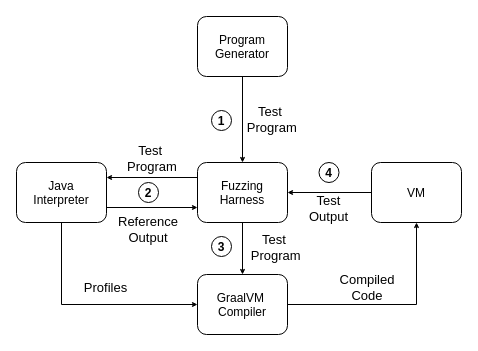
This is page "architecture-noicons" (5 of 9) of figures/drawio/lool.drawio from fberlakovich/dissertation, a draw.io file, before an edit. Source tidied: cells renumbered, new cells numbered last; positions are measured from the earlier drawing's top-left corner, leaving out a move shared by most shapes. Both pictures are drawn from the tidied source at 100%, with x=0, y=0 at pixel (16, 16).
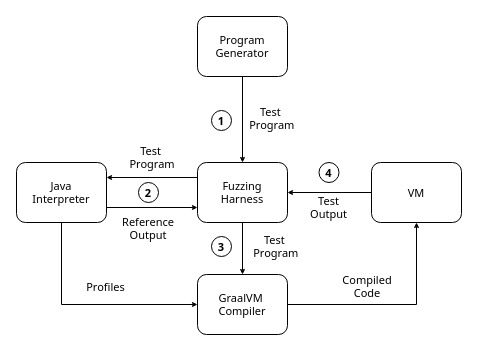
After the change.

Diff of the diagram source:
```diff
@@
-    <mxCell id="2" style="edgeStyle=orthogonalEdgeStyle;rounded=0;jettySize=auto;exitX=1;exitY=0.5;exitDx=0;exitDy=0;entryX=0.5;entryY=1;entryDx=0;entryDy=0;fontFamily=Fira Sans;fontSize=12;fontColor=default;endSize=3;" parent="1" edge="1" source="3" target="17">
+    <mxCell id="2" style="edgeStyle=orthogonalEdgeStyle;rounded=0;jettySize=auto;exitX=1;exitY=0.5;exitDx=0;exitDy=0;entryX=0.5;entryY=1;entryDx=0;entryDy=0;fontFamily=Noto Sans;fontSize=11;fontColor=default;endSize=3;" parent="1" edge="1" source="3" target="17">
       <mxGeometry relative="1" as="geometry" />
     </mxCell>
-    <mxCell id="3" value="GraalVM &#10;Compiler" style="rounded=1;fillColor=none;fontFamily=Fira Sans;" parent="1" vertex="1">
+    <mxCell id="3" value="GraalVM &#10;Compiler" style="rounded=1;fillColor=none;fontFamily=Noto Sans;fontSize=11;" parent="1" vertex="1">
       <mxGeometry x="181" y="258" width="90" height="60" as="geometry" />
     </mxCell>
-    <mxCell id="4" style="edgeStyle=orthogonalEdgeStyle;rounded=0;jettySize=auto;exitX=0.5;exitY=1;exitDx=0;exitDy=0;entryX=0.5;entryY=0;entryDx=0;entryDy=0;fontFamily=Fira Sans;fontSize=12;fontColor=default;endSize=3;startSize=3;" parent="1" edge="1" source="7" target="3">
+    <mxCell id="4" style="edgeStyle=orthogonalEdgeStyle;rounded=0;jettySize=auto;exitX=0.5;exitY=1;exitDx=0;exitDy=0;entryX=0.5;entryY=0;entryDx=0;entryDy=0;fontFamily=Noto Sans;fontSize=11;fontColor=default;endSize=3;startSize=3;" parent="1" edge="1" source="7" target="3">
       <mxGeometry relative="1" as="geometry" />
     </mxCell>
-    <mxCell id="5" style="edgeStyle=orthogonalEdgeStyle;rounded=0;jettySize=auto;exitX=0;exitY=0.25;exitDx=0;exitDy=0;entryX=1;entryY=0.25;entryDx=0;entryDy=0;fontFamily=Fira Sans;fontSize=12;fontColor=default;endSize=3;" parent="1" edge="1" source="7" target="12">
+    <mxCell id="5" style="edgeStyle=orthogonalEdgeStyle;rounded=0;jettySize=auto;exitX=0;exitY=0.25;exitDx=0;exitDy=0;entryX=1;entryY=0.25;entryDx=0;entryDy=0;fontFamily=Noto Sans;fontSize=11;fontColor=default;endSize=3;" parent="1" edge="1" source="7" target="12">
       <mxGeometry relative="1" as="geometry" />
     </mxCell>
-    <mxCell id="6" style="edgeStyle=orthogonalEdgeStyle;rounded=0;jettySize=auto;exitX=0;exitY=0.5;exitDx=0;exitDy=0;entryX=1;entryY=0.5;entryDx=0;entryDy=0;fontFamily=Fira Sans;fontSize=12;fontColor=default;endSize=3;startSize=3;" parent="1" edge="1" source="17" target="7">
+    <mxCell id="6" style="edgeStyle=orthogonalEdgeStyle;rounded=0;jettySize=auto;exitX=0;exitY=0.5;exitDx=0;exitDy=0;entryX=1;entryY=0.5;entryDx=0;entryDy=0;fontFamily=Noto Sans;fontSize=11;fontColor=default;endSize=3;startSize=3;" parent="1" edge="1" source="17" target="7">
       <mxGeometry relative="1" as="geometry" />
     </mxCell>
-    <mxCell id="7" value="Fuzzing&#10;Harness" style="rounded=1;fillColor=none;fontFamily=Fira Sans;" parent="1" vertex="1">
+    <mxCell id="7" value="Fuzzing&#10;Harness" style="rounded=1;fillColor=none;fontFamily=Noto Sans;fontSize=11;" parent="1" vertex="1">
       <mxGeometry x="181" y="146" width="90" height="60" as="geometry" />
     </mxCell>
-    <mxCell id="8" style="edgeStyle=orthogonalEdgeStyle;rounded=0;jettySize=auto;exitX=0.5;exitY=1;exitDx=0;exitDy=0;entryX=0.5;entryY=0;entryDx=0;entryDy=0;fontFamily=Fira Sans;fontSize=12;fontColor=default;endSize=3;startSize=3;" parent="1" edge="1" source="9" target="7">
+    <mxCell id="8" style="edgeStyle=orthogonalEdgeStyle;rounded=0;jettySize=auto;exitX=0.5;exitY=1;exitDx=0;exitDy=0;entryX=0.5;entryY=0;entryDx=0;entryDy=0;fontFamily=Noto Sans;fontSize=11;fontColor=default;endSize=3;startSize=3;" parent="1" edge="1" source="9" target="7">
       <mxGeometry relative="1" as="geometry" />
     </mxCell>
-    <mxCell id="9" value="Program&#10;Generator" style="rounded=1;fillColor=none;fontFamily=Fira Sans;" parent="1" vertex="1">
+    <mxCell id="9" value="Program&#10;Generator" style="rounded=1;fillColor=none;fontFamily=Noto Sans;fontSize=11;" parent="1" vertex="1">
       <mxGeometry x="181" width="90" height="60" as="geometry" />
     </mxCell>
-    <mxCell id="10" style="edgeStyle=orthogonalEdgeStyle;rounded=0;jettySize=auto;exitX=1;exitY=0.75;exitDx=0;exitDy=0;entryX=0;entryY=0.75;entryDx=0;entryDy=0;fontFamily=Fira Sans;fontSize=12;fontColor=default;endSize=3;" parent="1" edge="1" source="12" target="7">
+    <mxCell id="10" style="edgeStyle=orthogonalEdgeStyle;rounded=0;jettySize=auto;exitX=1;exitY=0.75;exitDx=0;exitDy=0;entryX=0;entryY=0.75;entryDx=0;entryDy=0;fontFamily=Noto Sans;fontSize=11;fontColor=default;endSize=3;" parent="1" edge="1" source="12" target="7">
       <mxGeometry relative="1" as="geometry" />
     </mxCell>
-    <mxCell id="11" style="edgeStyle=orthogonalEdgeStyle;rounded=0;jettySize=auto;exitX=0.5;exitY=1;exitDx=0;exitDy=0;entryX=0;entryY=0.5;entryDx=0;entryDy=0;fontFamily=Fira Sans;fontSize=12;fontColor=default;endSize=3;" parent="1" edge="1" source="12" target="3">
+    <mxCell id="11" style="edgeStyle=orthogonalEdgeStyle;rounded=0;jettySize=auto;exitX=0.5;exitY=1;exitDx=0;exitDy=0;entryX=0;entryY=0.5;entryDx=0;entryDy=0;fontFamily=Noto Sans;fontSize=11;fontColor=default;endSize=3;" parent="1" edge="1" source="12" target="3">
       <mxGeometry relative="1" as="geometry" />
     </mxCell>
-    <mxCell id="12" value="Java&#10;Interpreter" style="rounded=1;fillColor=none;fontFamily=Fira Sans;" parent="1" vertex="1">
+    <mxCell id="12" value="Java&#10;Interpreter" style="rounded=1;fillColor=none;fontFamily=Noto Sans;fontSize=11;" parent="1" vertex="1">
       <mxGeometry y="146" width="90" height="60" as="geometry" />
     </mxCell>
-    <mxCell id="13" value="Reference&#10;Output" style="text;align=center;verticalAlign=middle;rounded=0;fontFamily=Fira Sans;fontSize=13;" parent="1" vertex="1">
+    <mxCell id="13" value="Reference&#10;Output" style="text;align=center;verticalAlign=middle;rounded=0;fontFamily=Noto Sans;fontSize=11;" parent="1" vertex="1">
       <mxGeometry x="89" y="197" width="86" height="30" as="geometry" />
     </mxCell>
-    <mxCell id="14" value="1" style="ellipse;rounded=0;align=center;verticalAlign=middle;fontFamily=Fira Sans;fontSize=12;fontColor=default;fillColor=none;gradientColor=none;fontStyle=1;" parent="1" vertex="1">
+    <mxCell id="14" value="1" style="ellipse;rounded=0;align=center;verticalAlign=middle;fontFamily=Noto Sans;fontSize=11;fontColor=default;fillColor=none;gradientColor=none;fontStyle=1;" parent="1" vertex="1">
       <mxGeometry x="195" y="94" width="20" height="20" as="geometry" />
     </mxCell>
-    <mxCell id="15" value="2" style="ellipse;rounded=0;align=center;verticalAlign=middle;fontFamily=Fira Sans;fontSize=12;fontColor=default;fillColor=none;gradientColor=none;fontStyle=1;" parent="1" vertex="1">
+    <mxCell id="15" value="2" style="ellipse;rounded=0;align=center;verticalAlign=middle;fontFamily=Noto Sans;fontSize=11;fontColor=default;fillColor=none;gradientColor=none;fontStyle=1;" parent="1" vertex="1">
       <mxGeometry x="122" y="166" width="20" height="20" as="geometry" />
     </mxCell>
-    <mxCell id="16" value="3" style="ellipse;rounded=0;align=center;verticalAlign=middle;fontFamily=Fira Sans;fontSize=12;fontColor=default;fillColor=none;gradientColor=none;fontStyle=1;" parent="1" vertex="1">
+    <mxCell id="16" value="3" style="ellipse;rounded=0;align=center;verticalAlign=middle;fontFamily=Noto Sans;fontSize=11;fontColor=default;fillColor=none;gradientColor=none;fontStyle=1;" parent="1" vertex="1">
       <mxGeometry x="195" y="220" width="20" height="20" as="geometry" />
     </mxCell>
-    <mxCell id="17" value="VM" style="rounded=1;fillColor=none;fontFamily=Fira Sans;" parent="1" vertex="1">
+    <mxCell id="17" value="VM" style="rounded=1;fillColor=none;fontFamily=Noto Sans;fontSize=11;" parent="1" vertex="1">
       <mxGeometry x="355" y="146" width="90" height="60" as="geometry" />
     </mxCell>
-    <mxCell id="18" value="4" style="ellipse;rounded=0;align=center;verticalAlign=middle;fontFamily=Fira Sans;fontSize=12;fontColor=default;fillColor=none;gradientColor=none;fontStyle=1;" parent="1" vertex="1">
+    <mxCell id="18" value="4" style="ellipse;rounded=0;align=center;verticalAlign=middle;fontFamily=Noto Sans;fontSize=11;fontColor=default;fillColor=none;gradientColor=none;fontStyle=1;" parent="1" vertex="1">
       <mxGeometry x="302.5" y="146" width="20" height="20" as="geometry" />
     </mxCell>
-    <mxCell id="19" value="Profiles" style="text;align=center;verticalAlign=middle;rounded=0;fontFamily=Fira Sans;fontSize=13;" parent="1" vertex="1">
+    <mxCell id="19" value="Profiles" style="text;align=center;verticalAlign=middle;rounded=0;fontFamily=Noto Sans;fontSize=11;" parent="1" vertex="1">
       <mxGeometry x="57" y="255" width="65" height="30" as="geometry" />
     </mxCell>
-    <mxCell id="20" value="Test &#10;Program" style="text;align=center;verticalAlign=middle;rounded=0;fontFamily=Fira Sans;fontSize=13;" parent="1" vertex="1">
+    <mxCell id="20" value="Test &#10;Program" style="text;align=center;verticalAlign=middle;rounded=0;fontFamily=Noto Sans;fontSize=11;" parent="1" vertex="1">
       <mxGeometry x="212.8" y="87" width="86" height="30" as="geometry" />
     </mxCell>
-    <mxCell id="21" value="Compiled&#10;Code" style="text;align=center;verticalAlign=middle;rounded=0;fontFamily=Fira Sans;fontSize=13;" parent="1" vertex="1">
+    <mxCell id="21" value="Compiled&#10;Code" style="text;align=center;verticalAlign=middle;rounded=0;fontFamily=Noto Sans;fontSize=11;" parent="1" vertex="1">
       <mxGeometry x="308" y="255" width="86" height="30" as="geometry" />
     </mxCell>
-    <mxCell id="22" value="Test&#10;Output" style="text;align=center;verticalAlign=middle;rounded=0;fontFamily=Fira Sans;fontSize=13;" parent="1" vertex="1">
+    <mxCell id="22" value="Test&#10;Output" style="text;align=center;verticalAlign=middle;rounded=0;fontFamily=Noto Sans;fontSize=11;" parent="1" vertex="1">
       <mxGeometry x="292.5" y="176" width="40" height="30" as="geometry" />
     </mxCell>
-    <mxCell id="23" value="Test &#10;Program" style="text;align=center;verticalAlign=middle;rounded=0;fontFamily=Fira Sans;fontSize=13;" parent="1" vertex="1">
+    <mxCell id="23" value="Test &#10;Program" style="text;align=center;verticalAlign=middle;rounded=0;fontFamily=Noto Sans;fontSize=11;" parent="1" vertex="1">
       <mxGeometry x="228" y="215" width="63.5" height="30" as="geometry" />
     </mxCell>
-    <mxCell id="24" value="Test &#10;Program" style="text;align=center;verticalAlign=middle;rounded=0;fontFamily=Fira Sans;fontSize=13;" parent="1" vertex="1">
+    <mxCell id="24" value="Test &#10;Program" style="text;align=center;verticalAlign=middle;rounded=0;fontFamily=Noto Sans;fontSize=11;" parent="1" vertex="1">
       <mxGeometry x="93" y="126" width="86" height="30" as="geometry" />
     </mxCell>
```
